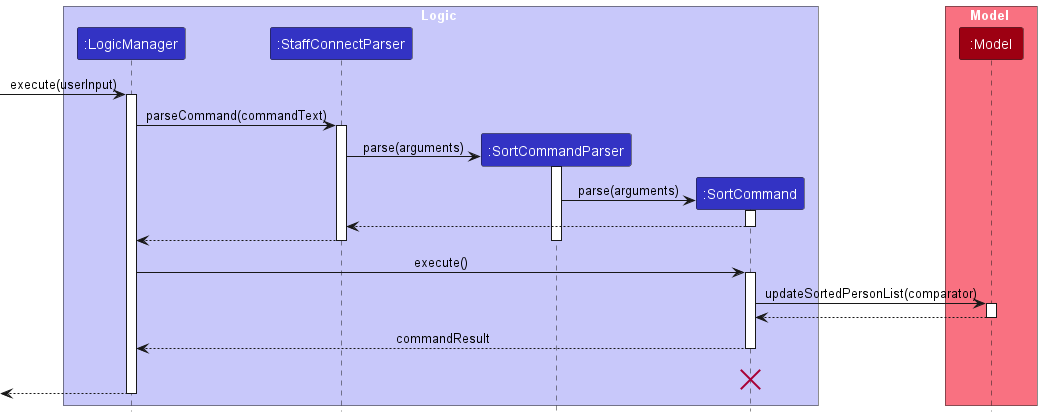
Earlier version of the PlantUML export docs/images/SortSequenceDiagram.png (whitesnowx/tp).
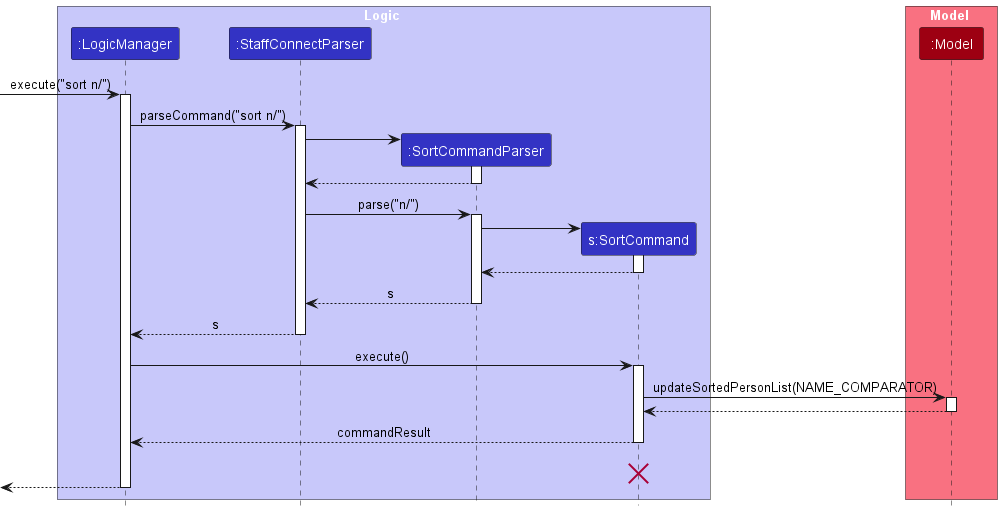
Above is the later version.

Commit message:
Add code styles for implementation of sort

Change to the diagram source:
```diff
@@ -7,39 +7,45 @@
 participant ":LogicManager" as LogicManager LOGIC_COLOR
 participant ":StaffConnectParser" as StaffConnectParser LOGIC_COLOR
 participant ":SortCommandParser" as SortCommandParser LOGIC_COLOR
-participant ":SortCommand" as SortCommand LOGIC_COLOR
+participant "s:SortCommand" as SortCommand LOGIC_COLOR
 end box
 
 box Model MODEL_COLOR_T1
 participant ":Model" as Model MODEL_COLOR
 end box
-[-> LogicManager : execute(userInput)
+[-> LogicManager : execute("sort n/")
 activate LogicManager
 
-LogicManager -> StaffConnectParser : parseCommand(commandText)
+LogicManager -> StaffConnectParser : parseCommand("sort n/")
 activate StaffConnectParser
 
 create SortCommandParser
-StaffConnectParser -> SortCommandParser : parse(arguments)
+StaffConnectParser -> SortCommandParser
+activate SortCommandParser
+
+SortCommandParser --> StaffConnectParser
+deactivate SortCommandParser
+
+StaffConnectParser -> SortCommandParser : parse("n/")
 activate SortCommandParser
 
 create SortCommand
-SortCommandParser -> SortCommand : parse(arguments)
+SortCommandParser -> SortCommand :
 activate SortCommand
 
-SortCommand --> StaffConnectParser
+SortCommand --> SortCommandParser
 deactivate SortCommand
 
-StaffConnectParser --> LogicManager :
-deactivate StaffConnectParser
+SortCommandParser --> StaffConnectParser  : s
 deactivate SortCommandParser
 
+StaffConnectParser --> LogicManager : s
+deactivate StaffConnectParser
 
 LogicManager -> SortCommand : execute()
 activate SortCommand
 
-
-SortCommand -> Model : updateSortedPersonList(comparator)
+SortCommand -> Model : updateSortedPersonList(NAME_COMPARATOR)
 activate Model
 
 Model --> SortCommand
```
